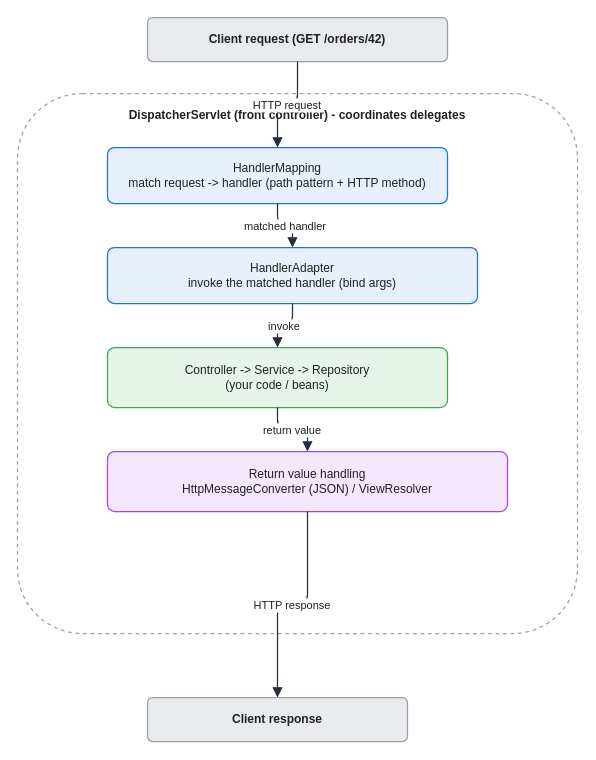
Earlier version of the draw.io diagram assets/img/spring/spring-05-dispatcherservlet-sequence.drawio (KKamJi98/kkamji98.github.io). Source tidied: cells renumbered, new cells numbered last; positions are measured from the earlier drawing's top-left corner, leaving out a move shared by most shapes. Both pictures are drawn from the tidied source at 100%, with x=0, y=0 at pixel (17, 17).
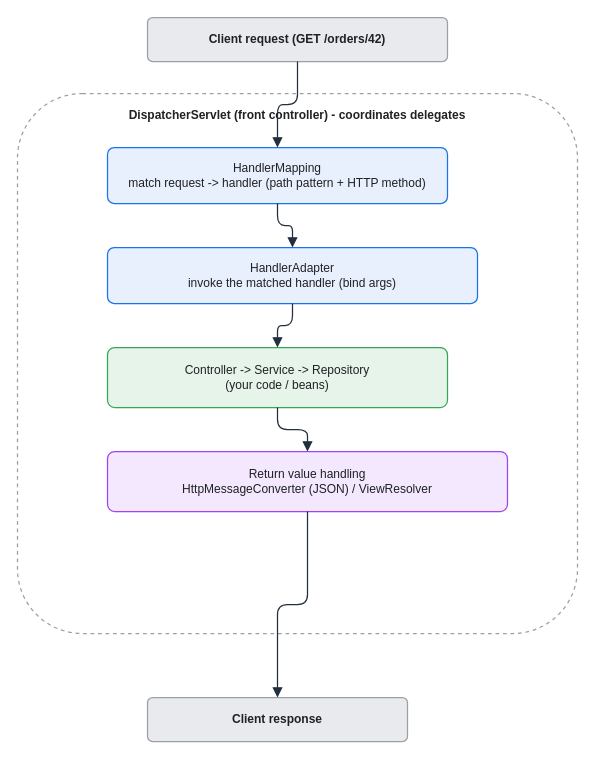
After the change.

Diff of the diagram source:
```diff
@@
 <mxGraphModel background="#FFFFFF">
   <root>
     <mxCell id="0" />
     <mxCell id="1" parent="0" />
     <mxCell id="2" value="DispatcherServlet (front controller) - coordinates delegates" style="rounded=1;whiteSpace=wrap;html=0;arcSize=12;shadow=0;fillColor=#FFFFFF;strokeColor=#9AA0A6;fontColor=#202124;fontStyle=1;verticalAlign=top;align=center;dashed=1;spacingTop=8;strokeWidth=1.25;" parent="1" vertex="1">
       <mxGeometry y="76" width="560" height="540" as="geometry" />
     </mxCell>
     <mxCell id="3" value="Client request (GET /orders/42)" style="rounded=1;whiteSpace=wrap;html=0;arcSize=12;shadow=0;fillColor=#E8EAED;strokeColor=#9AA0A6;fontColor=#202124;fontStyle=1;strokeWidth=1.25;" parent="1" vertex="1">
       <mxGeometry x="130" width="300" height="44" as="geometry" />
     </mxCell>
     <mxCell id="4" value="HandlerMapping&#10;match request -&gt; handler (path pattern + HTTP method)" style="rounded=1;whiteSpace=wrap;html=0;arcSize=12;shadow=0;fillColor=#E8F0FE;strokeColor=#1A73E8;fontColor=#202124;strokeWidth=1.25;" parent="1" vertex="1">
       <mxGeometry x="90" y="130" width="340" height="56" as="geometry" />
     </mxCell>
     <mxCell id="5" value="HandlerAdapter&#10;invoke the matched handler (bind args)" style="rounded=1;whiteSpace=wrap;html=0;arcSize=12;shadow=0;fillColor=#E8F0FE;strokeColor=#1A73E8;fontColor=#202124;strokeWidth=1.25;" parent="1" vertex="1">
       <mxGeometry x="90" y="230" width="370" height="56" as="geometry" />
     </mxCell>
     <mxCell id="6" value="Controller -&gt; Service -&gt; Repository&#10;(your code / beans)" style="rounded=1;whiteSpace=wrap;html=0;arcSize=12;shadow=0;fillColor=#E6F4EA;strokeColor=#34A853;fontColor=#202124;strokeWidth=1.25;" parent="1" vertex="1">
       <mxGeometry x="90" y="330" width="340" height="60" as="geometry" />
     </mxCell>
     <mxCell id="7" value="Return value handling&#10;HttpMessageConverter (JSON) / ViewResolver" style="rounded=1;whiteSpace=wrap;html=0;arcSize=12;shadow=0;fillColor=#F3E8FD;strokeColor=#A142F4;fontColor=#202124;strokeWidth=1.25;" parent="1" vertex="1">
       <mxGeometry x="90" y="434" width="400" height="60" as="geometry" />
     </mxCell>
     <mxCell id="8" value="Client response" style="rounded=1;whiteSpace=wrap;html=0;arcSize=12;shadow=0;fillColor=#E8EAED;strokeColor=#9AA0A6;fontColor=#202124;fontStyle=1;strokeWidth=1.25;" parent="1" vertex="1">
       <mxGeometry x="130" y="680" width="260" height="44" as="geometry" />
     </mxCell>
-    <mxCell id="9" value="HTTP request" style="edgeStyle=orthogonalEdgeStyle;rounded=1;html=0;fontColor=#202124;strokeColor=#232F3E;labelBackgroundColor=#FFFFFF;endArrow=block;exitX=0.5;exitY=1;exitDx=0;exitDy=0;entryX=0.5;entryY=0;entryDx=0;entryDy=0;strokeWidth=1.25;endSize=7;" parent="1" edge="1" source="3" target="4">
+    <mxCell id="9" style="edgeStyle=orthogonalEdgeStyle;rounded=1;html=0;fontColor=#202124;strokeColor=#232F3E;labelBackgroundColor=none;endArrow=block;exitX=0.5;exitY=1;exitDx=0;exitDy=0;entryX=0.5;entryY=0;entryDx=0;entryDy=0;strokeWidth=1.25;endSize=7;" parent="1" edge="1" source="3" target="4">
       <mxGeometry relative="1" as="geometry" />
     </mxCell>
-    <mxCell id="10" value="matched handler" style="edgeStyle=orthogonalEdgeStyle;rounded=1;html=0;fontColor=#202124;strokeColor=#232F3E;labelBackgroundColor=#FFFFFF;endArrow=block;exitX=0.5;exitY=1;exitDx=0;exitDy=0;entryX=0.5;entryY=0;entryDx=0;entryDy=0;strokeWidth=1.25;endSize=7;" parent="1" edge="1" source="4" target="5">
+    <mxCell id="10" style="edgeStyle=orthogonalEdgeStyle;rounded=1;html=0;fontColor=#202124;strokeColor=#232F3E;labelBackgroundColor=none;endArrow=block;exitX=0.5;exitY=1;exitDx=0;exitDy=0;entryX=0.5;entryY=0;entryDx=0;entryDy=0;strokeWidth=1.25;endSize=7;" parent="1" edge="1" source="4" target="5">
       <mxGeometry relative="1" as="geometry" />
     </mxCell>
-    <mxCell id="11" value="invoke" style="edgeStyle=orthogonalEdgeStyle;rounded=1;html=0;fontColor=#202124;strokeColor=#232F3E;labelBackgroundColor=#FFFFFF;endArrow=block;exitX=0.5;exitY=1;exitDx=0;exitDy=0;entryX=0.5;entryY=0;entryDx=0;entryDy=0;strokeWidth=1.25;endSize=7;" parent="1" edge="1" source="5" target="6">
+    <mxCell id="11" style="edgeStyle=orthogonalEdgeStyle;rounded=1;html=0;fontColor=#202124;strokeColor=#232F3E;labelBackgroundColor=none;endArrow=block;exitX=0.5;exitY=1;exitDx=0;exitDy=0;entryX=0.5;entryY=0;entryDx=0;entryDy=0;strokeWidth=1.25;endSize=7;" parent="1" edge="1" source="5" target="6">
       <mxGeometry relative="1" as="geometry" />
     </mxCell>
-    <mxCell id="12" value="return value" style="edgeStyle=orthogonalEdgeStyle;rounded=1;html=0;fontColor=#202124;strokeColor=#232F3E;labelBackgroundColor=#FFFFFF;endArrow=block;exitX=0.5;exitY=1;exitDx=0;exitDy=0;entryX=0.5;entryY=0;entryDx=0;entryDy=0;strokeWidth=1.25;endSize=7;" parent="1" edge="1" source="6" target="7">
+    <mxCell id="12" style="edgeStyle=orthogonalEdgeStyle;rounded=1;html=0;fontColor=#202124;strokeColor=#232F3E;labelBackgroundColor=none;endArrow=block;exitX=0.5;exitY=1;exitDx=0;exitDy=0;entryX=0.5;entryY=0;entryDx=0;entryDy=0;strokeWidth=1.25;endSize=7;" parent="1" edge="1" source="6" target="7">
       <mxGeometry relative="1" as="geometry" />
     </mxCell>
-    <mxCell id="13" value="HTTP response" style="edgeStyle=orthogonalEdgeStyle;rounded=1;html=0;fontColor=#202124;strokeColor=#232F3E;labelBackgroundColor=#FFFFFF;endArrow=block;exitX=0.5;exitY=1;exitDx=0;exitDy=0;entryX=0.5;entryY=0;entryDx=0;entryDy=0;strokeWidth=1.25;endSize=7;" parent="1" edge="1" source="7" target="8">
+    <mxCell id="13" style="edgeStyle=orthogonalEdgeStyle;rounded=1;html=0;fontColor=#202124;strokeColor=#232F3E;labelBackgroundColor=none;endArrow=block;exitX=0.5;exitY=1;exitDx=0;exitDy=0;entryX=0.5;entryY=0;entryDx=0;entryDy=0;strokeWidth=1.25;endSize=7;" parent="1" edge="1" source="7" target="8">
       <mxGeometry relative="1" as="geometry" />
     </mxCell>
   </root>
 </mxGraphModel>
```
